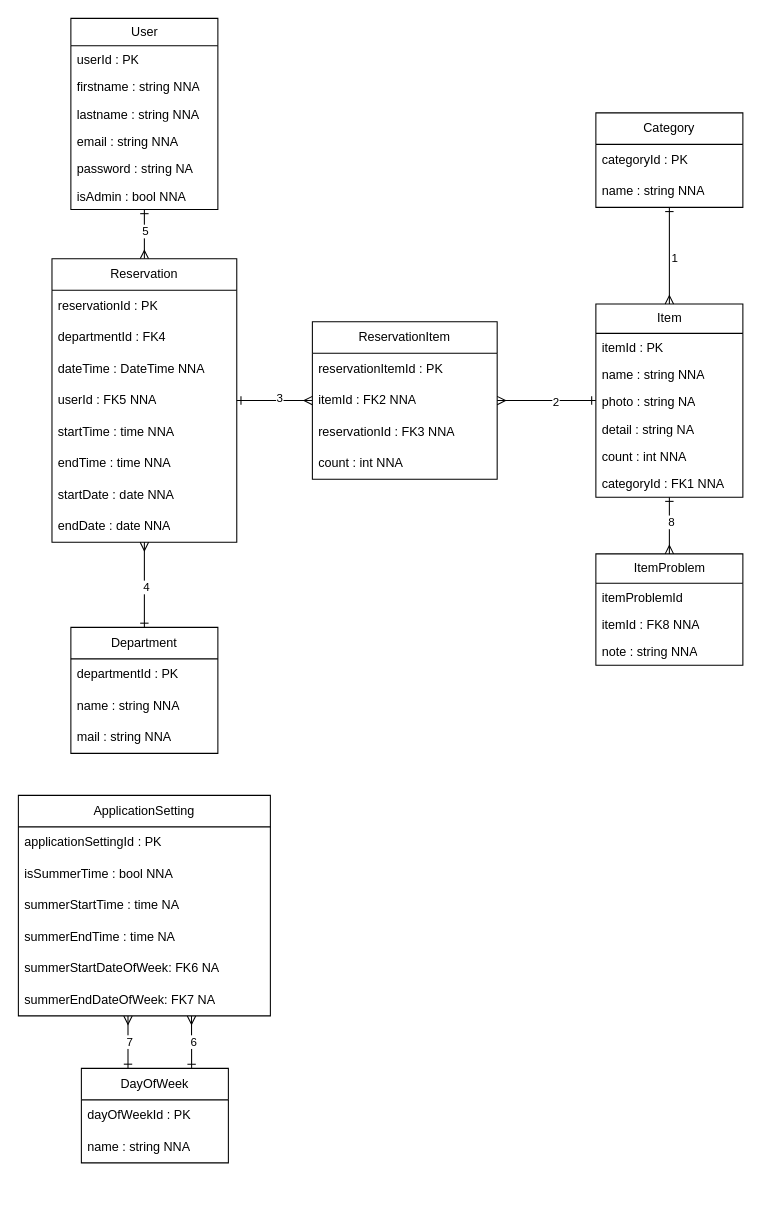
Before: documents/files/ERD.drawio in Thomas-More-Digital-Innovation/2627-waai-006-Asset-Tracking-Tool, a draw.io diagram. Source tidied: cells renumbered, new cells numbered last; positions are measured from the earlier drawing's top-left corner, leaving out a move shared by most shapes. Both pictures are drawn from the tidied source at 105%, with x=0, y=0 at pixel (18, 18).
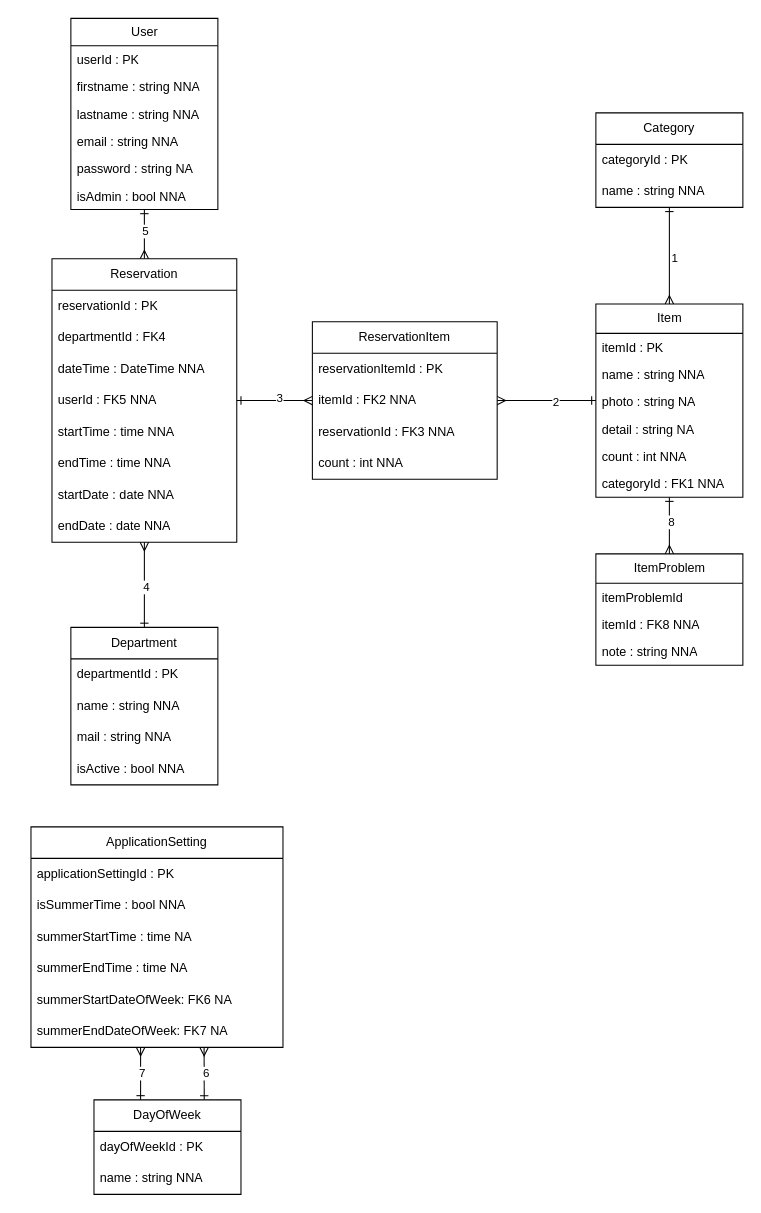
After the change.

The change refers to these unchanged cells:
```xml
<mxCell id="33" value="summerEndDateOfWeek: FK7 NA" style="text;strokeColor=none;fillColor=none;align=left;verticalAlign=middle;spacingLeft=4;spacingRight=4;overflow=hidden;points=[[0,0.5],[1,0.5]];portConstraint=eastwest;whiteSpace=wrap;html=1;" parent="27" vertex="1">
  <mxGeometry y="180" width="240" height="30" as="geometry" />
</mxCell>
```

What changed in the source:
```diff
@@
     <mxCell id="27" value="ApplicationSetting" style="swimlane;fontStyle=0;horizontal=1;startSize=30;whiteSpace=wrap;html=1;" parent="1" vertex="1">
-      <mxGeometry y="740" width="240" height="210" as="geometry" />
+      <mxGeometry x="12" y="770" width="240" height="210" as="geometry" />
     </mxCell>
@@
     <mxCell id="54" value="Department" style="swimlane;fontStyle=0;horizontal=1;startSize=30;whiteSpace=wrap;html=1;" parent="1" vertex="1">
-      <mxGeometry x="50" y="580" width="140" height="120" as="geometry" />
+      <mxGeometry x="50" y="580" width="140" height="150" as="geometry" />
     </mxCell>
@@
+    <mxCell id="67" value="isActive : bool NNA" style="text;strokeColor=none;fillColor=none;align=left;verticalAlign=middle;spacingLeft=4;spacingRight=4;overflow=hidden;whiteSpace=wrap;html=1;" parent="54" vertex="1">
+      <mxGeometry y="120" width="140" height="30" as="geometry" />
+    </mxCell>
     <mxCell id="58" value="DayOfWeek" style="swimlane;fontStyle=0;horizontal=1;startSize=30;whiteSpace=wrap;html=1;" parent="1" vertex="1">
-      <mxGeometry x="60" y="1000" width="140" height="90" as="geometry" />
+      <mxGeometry x="72" y="1030" width="140" height="90" as="geometry" />
     </mxCell>
@@
     <mxCell id="61" style="edgeStyle=none;html=1;endArrow=ERmany;endFill=0;startArrow=ERone;startFill=0;entryX=0.435;entryY=1.002;entryDx=0;entryDy=0;entryPerimeter=0;" parent="1" edge="1" target="33">
       <mxGeometry relative="1" as="geometry">
-        <mxPoint x="104.4" y="1000" as="sourcePoint" />
+        <mxPoint x="116.4" y="1030" as="sourcePoint" />
       </mxGeometry>
     </mxCell>
```
